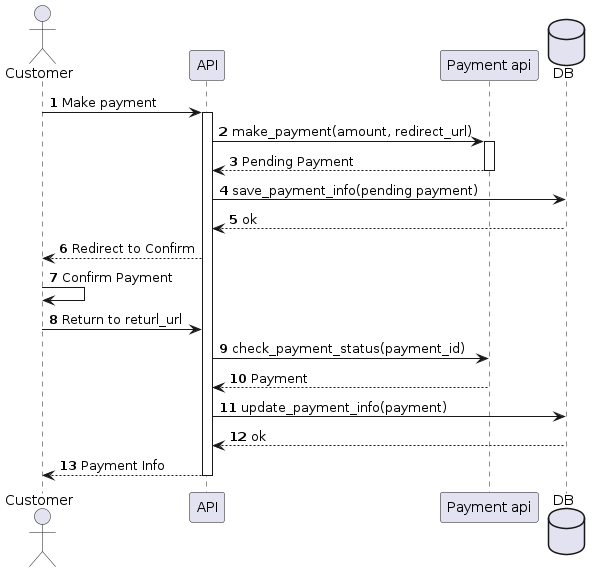
This is diagrams/out/detail_payment_pipeline.png from likeinlife-cinema-project/billing, a PlantUML export, as it was before one commit.
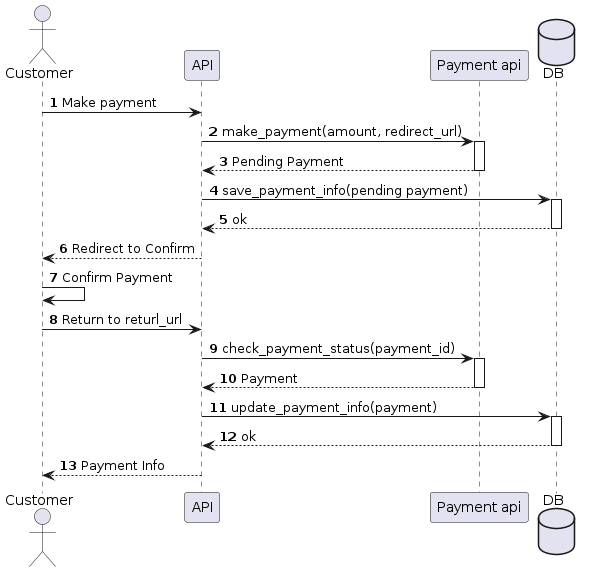
Later version of the same file.

What changed in the source:
```diff
@@ -6,18 +6,22 @@
 participant payment_api as "Payment api"
 database db as "DB"
 
-customer -> api ++ : Make payment
+customer -> api: Make payment
+
 api -> payment_api ++: make_payment(amount, redirect_url)
 payment_api --> api --: Pending Payment
-api -> db: save_payment_info(pending payment)
-db --> api: ok
+api -> db ++: save_payment_info(pending payment)
+db --> api --: ok
+
 api --> customer: Redirect to Confirm
 customer -> customer: Confirm Payment
 customer -> api: Return to returl_url
-api -> payment_api: check_payment_status(payment_id)
-payment_api --> api: Payment
-api -> db: update_payment_info(payment)
-db --> api: ok
-api --> customer --: Payment Info
+
+api -> payment_api ++: check_payment_status(payment_id)
+payment_api --> api --: Payment
+api -> db ++: update_payment_info(payment)
+db --> api --: ok
+
+api --> customer: Payment Info
 
 @enduml
```
